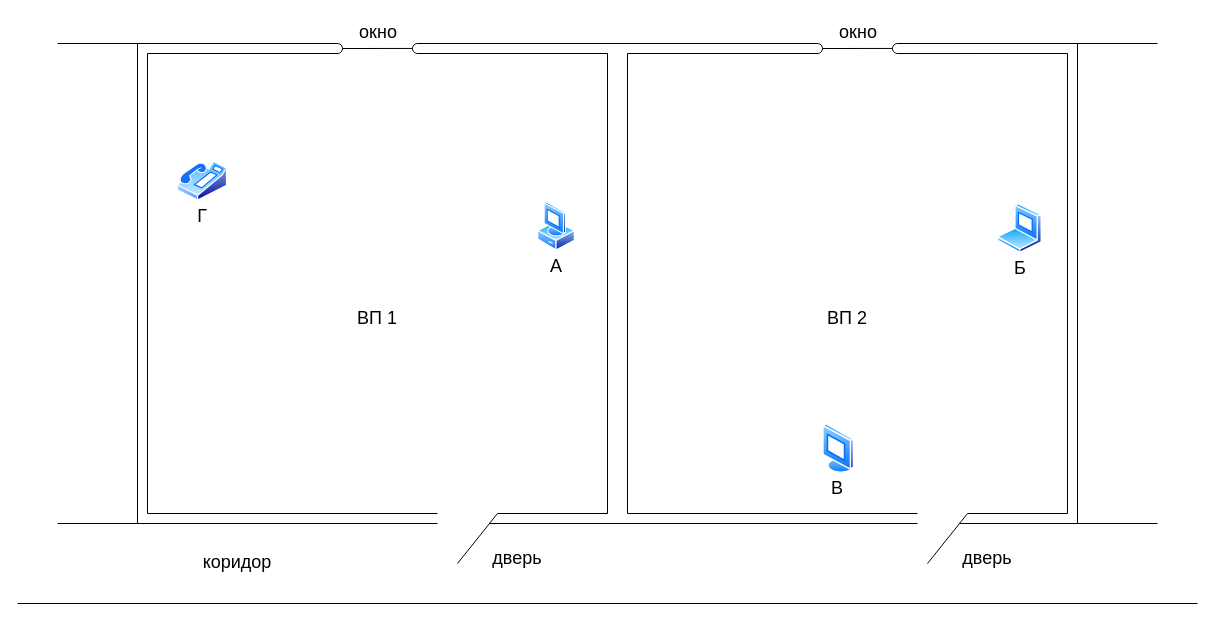
Above: images/схема-вп.drawio in dmittrj/tzi-new (draw.io), before the change. Source tidied: cells renumbered, new cells numbered last; positions are measured from the earlier drawing's top-left corner, leaving out a move shared by most shapes. Both pictures are drawn from the tidied source at 100%, with x=0, y=0 at pixel (17, 17).
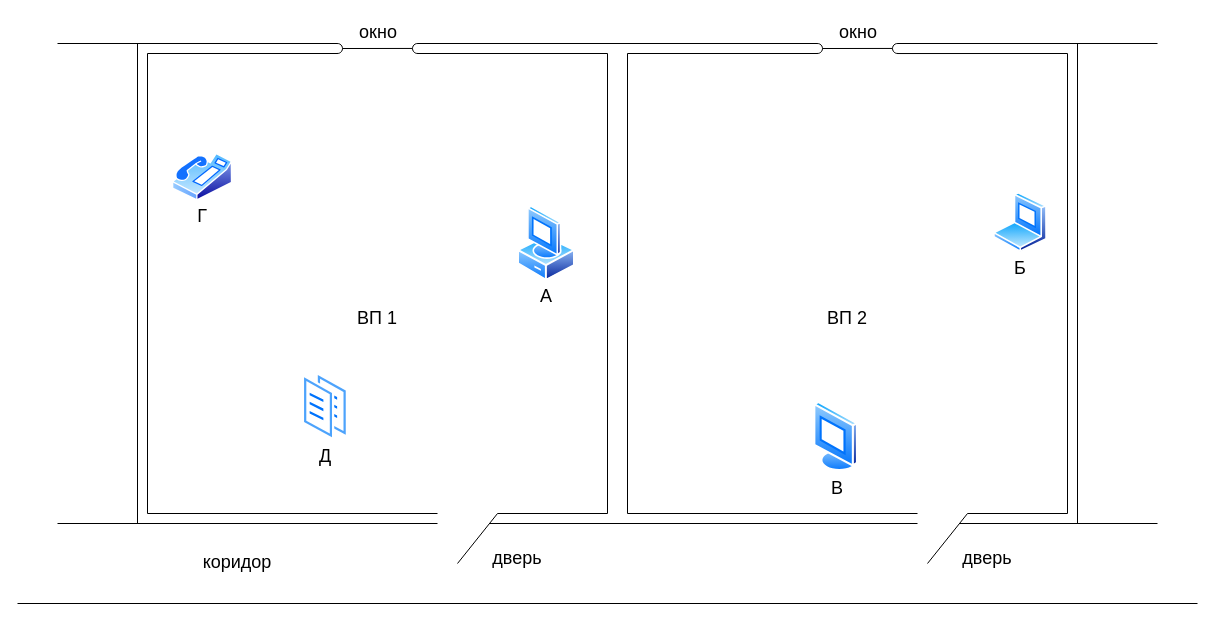
The same page after the edit.

Change to the diagram source:
```diff
@@
     <mxCell id="20" style="image;perimeter=ellipsePerimeter;html=1;align=center;shadow=0;dashed=0;spacingTop=3;image=img/lib/active_directory/laptop_client.svg;" parent="1" vertex="1">
-      <mxGeometry x="980" y="186" width="45" height="50" as="geometry" />
+      <mxGeometry x="976" y="175" width="54" height="60" as="geometry" />
     </mxCell>
     <mxCell id="21" style="image;perimeter=ellipsePerimeter;html=1;align=center;shadow=0;dashed=0;spacingTop=3;image=img/lib/active_directory/vista_terminal.svg;" parent="1" vertex="1">
-      <mxGeometry x="805" y="406" width="32.5" height="50" as="geometry" />
+      <mxGeometry x="796" y="384" width="45.5" height="70" as="geometry" />
     </mxCell>
@@
     <mxCell id="23" style="image;perimeter=ellipsePerimeter;html=1;align=center;shadow=0;dashed=0;spacingTop=3;image=img/lib/active_directory/phone.svg;" parent="1" vertex="1">
-      <mxGeometry x="160" y="144" width="50" height="39.5" as="geometry" />
+      <mxGeometry x="155" y="136" width="60.1" height="47.5" as="geometry" />
     </mxCell>
@@
     <mxCell id="27" style="image;perimeter=ellipsePerimeter;html=1;align=center;shadow=0;dashed=0;spacingTop=3;image=img/lib/active_directory/vista_client.svg;" parent="1" vertex="1">
-      <mxGeometry x="520" y="184" width="38" height="50" as="geometry" />
+      <mxGeometry x="500" y="188" width="58" height="76.3" as="geometry" />
     </mxCell>
     <mxCell id="28" value="&lt;font style=&quot;font-size: 18px;&quot;&gt;А&lt;/font&gt;" style="text;html=1;strokeColor=none;fillColor=none;align=center;verticalAlign=middle;whiteSpace=wrap;rounded=0;" parent="1" vertex="1">
-      <mxGeometry x="524" y="234" width="30" height="30" as="geometry" />
+      <mxGeometry x="514" y="264.3" width="30" height="30" as="geometry" />
     </mxCell>
@@
+    <mxCell id="46" style="image;perimeter=ellipsePerimeter;html=1;align=center;shadow=0;dashed=0;spacingTop=3;image=img/lib/active_directory/documents.svg;" parent="1" vertex="1">
+      <mxGeometry x="284.8" y="354" width="46.2" height="70" as="geometry" />
+    </mxCell>
+    <mxCell id="47" value="&lt;font style=&quot;font-size: 18px;&quot;&gt;Д&lt;/font&gt;" style="text;html=1;strokeColor=none;fillColor=none;align=center;verticalAlign=middle;whiteSpace=wrap;rounded=0;" parent="1" vertex="1">
+      <mxGeometry x="293" y="424" width="30" height="30" as="geometry" />
+    </mxCell>
```
